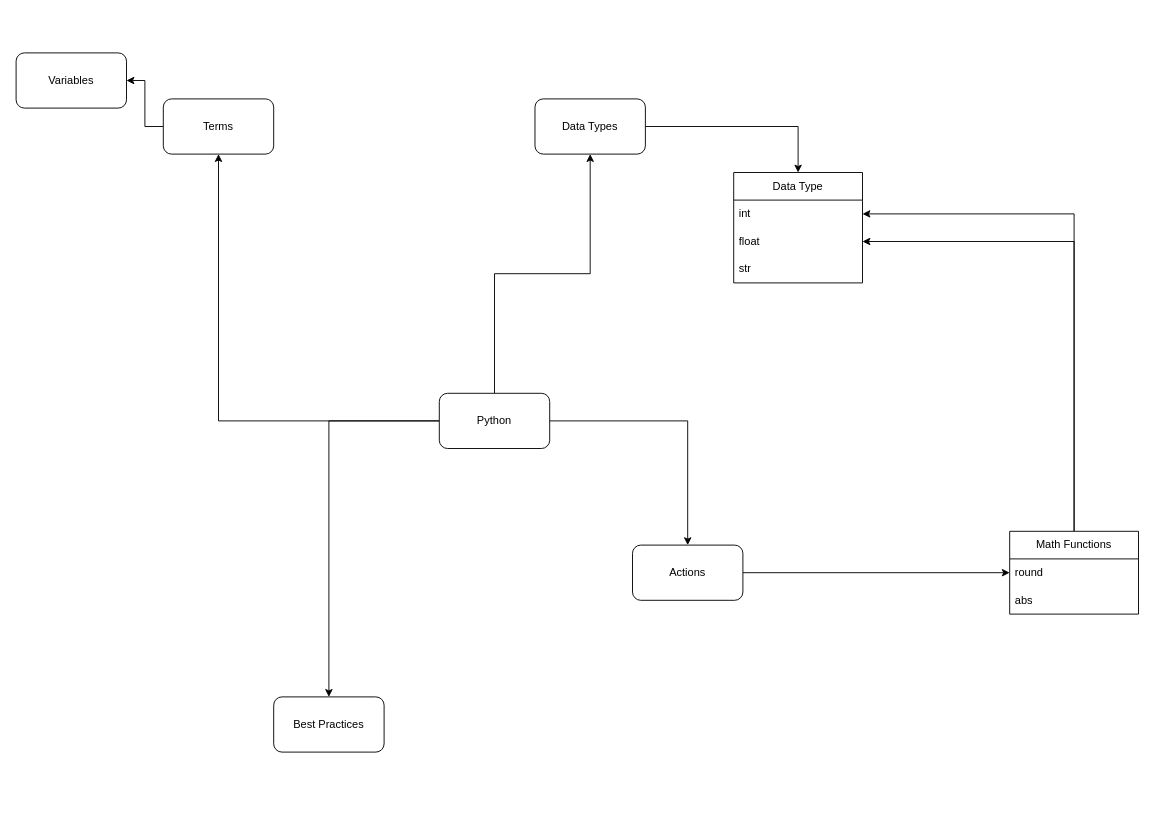
The draw.io diagram page "basics" (2 of 2) of python/python.drawio in Mini-Pingu/math_physics, before the edit. Source tidied: cells renumbered, new cells numbered last; positions are measured from the earlier drawing's top-left corner, leaving out a move shared by most shapes. Both pictures are drawn from the tidied source at 92%, with x=0, y=0 at pixel (16, 52).
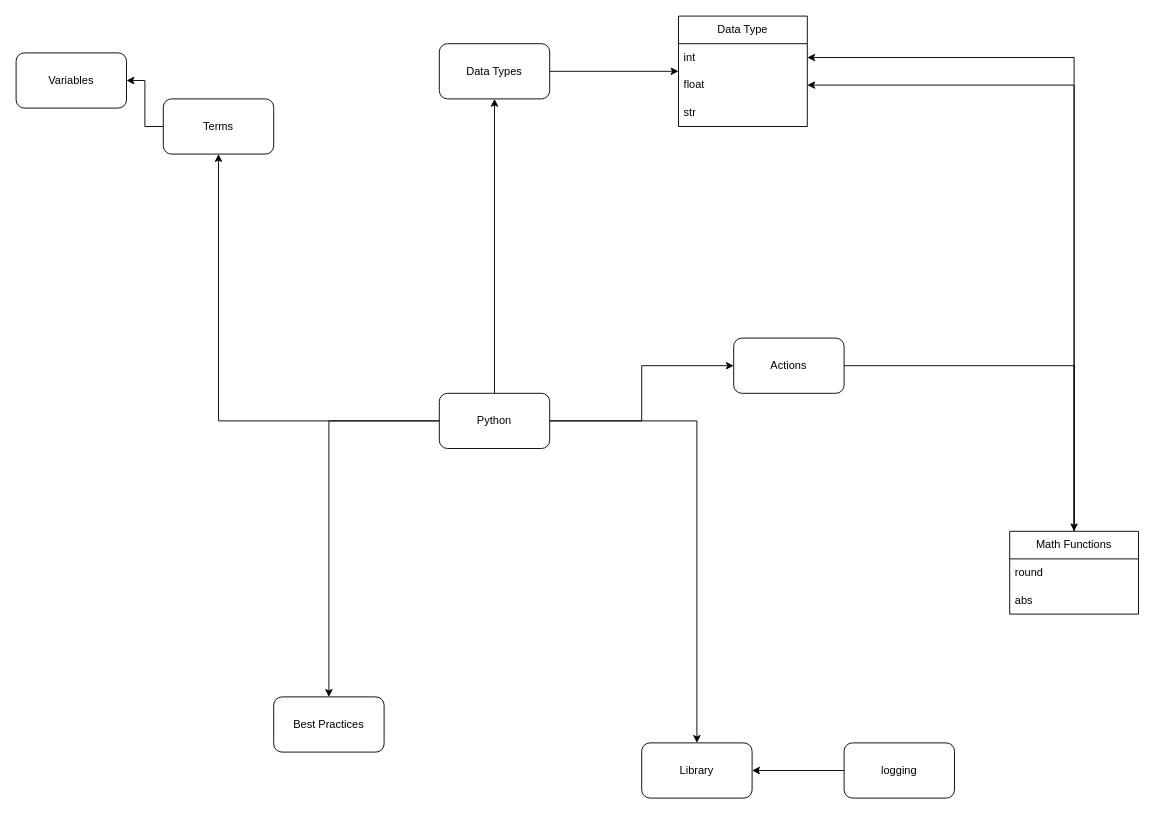
The same diagram, later.

Commit message (it also covers changes not shown here):
added logging lib

Unchanged cells that the change refers to:
```xml
<mxCell id="13" value="Python" style="rounded=1;whiteSpace=wrap;html=1;" parent="1" vertex="1">
  <mxGeometry x="460" y="370" width="120" height="60" as="geometry" />
</mxCell>
```

Change to the diagram source:
```diff
@@
     <mxCell id="5" value="Data Types" style="rounded=1;whiteSpace=wrap;html=1;" parent="1" vertex="1">
-      <mxGeometry x="564" y="50" width="120" height="60" as="geometry" />
+      <mxGeometry x="460" y="-10" width="120" height="60" as="geometry" />
     </mxCell>
@@
     <mxCell id="7" value="Actions" style="rounded=1;whiteSpace=wrap;html=1;" parent="1" vertex="1">
-      <mxGeometry x="670" y="535" width="120" height="60" as="geometry" />
+      <mxGeometry x="780" y="310" width="120" height="60" as="geometry" />
     </mxCell>
@@
+    <mxCell id="24" style="edgeStyle=orthogonalEdgeStyle;rounded=0;jettySize=auto;html=1;" parent="1" edge="1" source="13" target="25">
+      <mxGeometry relative="1" as="geometry" />
+    </mxCell>
@@
     <mxCell id="14" value="Data Type" style="swimlane;fontStyle=0;horizontal=1;startSize=30;whiteSpace=wrap;html=1;" parent="1" vertex="1">
-      <mxGeometry x="780" y="130" width="140" height="120" as="geometry" />
+      <mxGeometry x="720" y="-40" width="140" height="120" as="geometry" />
     </mxCell>
@@
+    <mxCell id="25" value="Library" style="rounded=1;whiteSpace=wrap;html=1;" parent="1" vertex="1">
+      <mxGeometry x="680" y="750" width="120" height="60" as="geometry" />
+    </mxCell>
+    <mxCell id="26" style="edgeStyle=orthogonalEdgeStyle;rounded=0;jettySize=auto;html=1;" parent="1" edge="1" source="27" target="25">
+      <mxGeometry relative="1" as="geometry" />
+    </mxCell>
+    <mxCell id="27" value="logging" style="rounded=1;whiteSpace=wrap;html=1;" parent="1" vertex="1">
+      <mxGeometry x="900" y="750" width="120" height="60" as="geometry" />
+    </mxCell>
```
